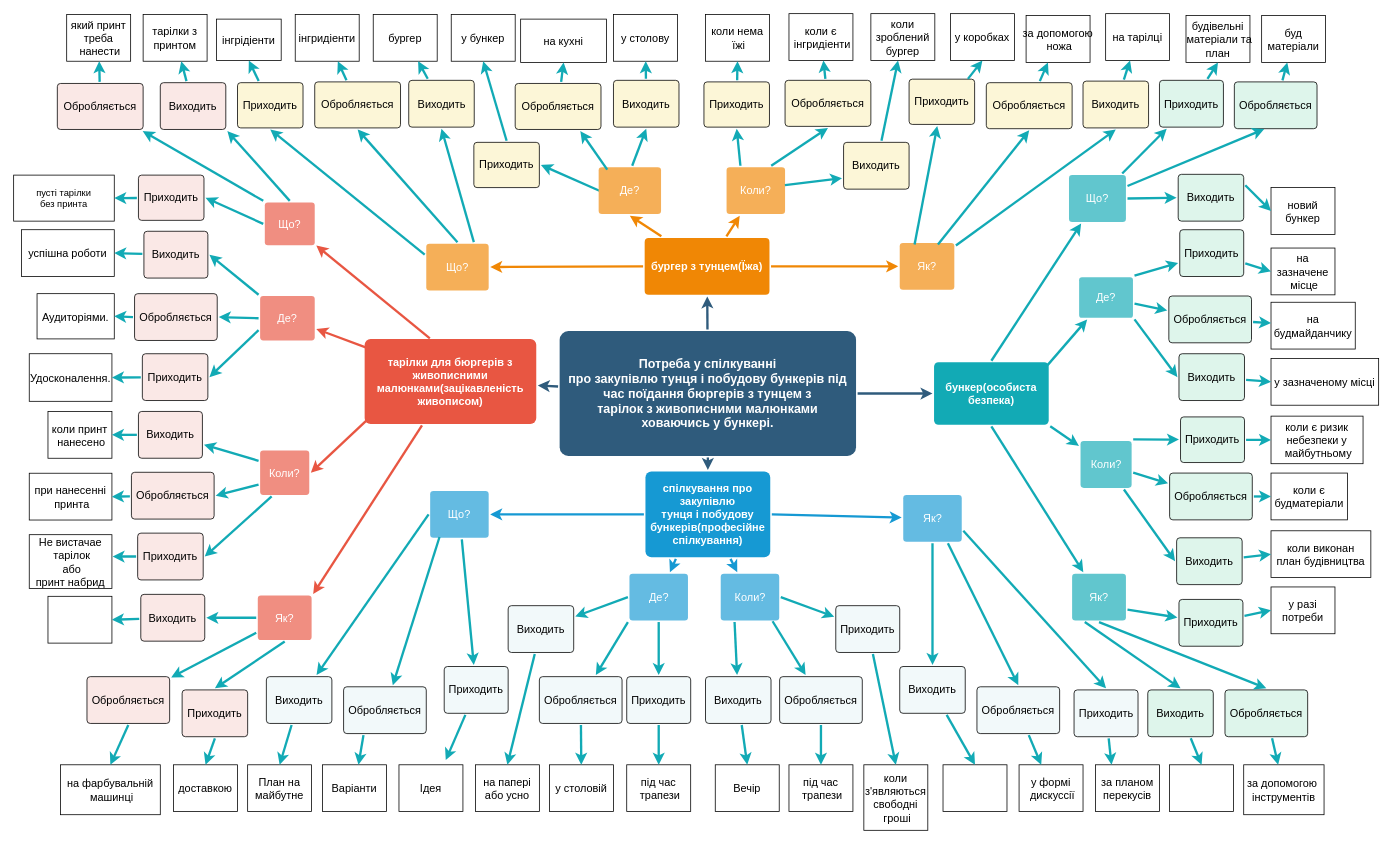
Above: 1-SoftwareRequirements/1.1-DeterminingConsumerNeeds/1.1.2-MaterialNeedsDetails/MindMap.drawio in oleksandrblazhko/ai-214-gavrilyuk (draw.io), before the change. Source tidied: cells renumbered, new cells numbered last; positions are measured from the earlier drawing's top-left corner, leaving out a move shared by most shapes. Both pictures are drawn from the tidied source at 78%, with x=0, y=0 at pixel (13, 13).
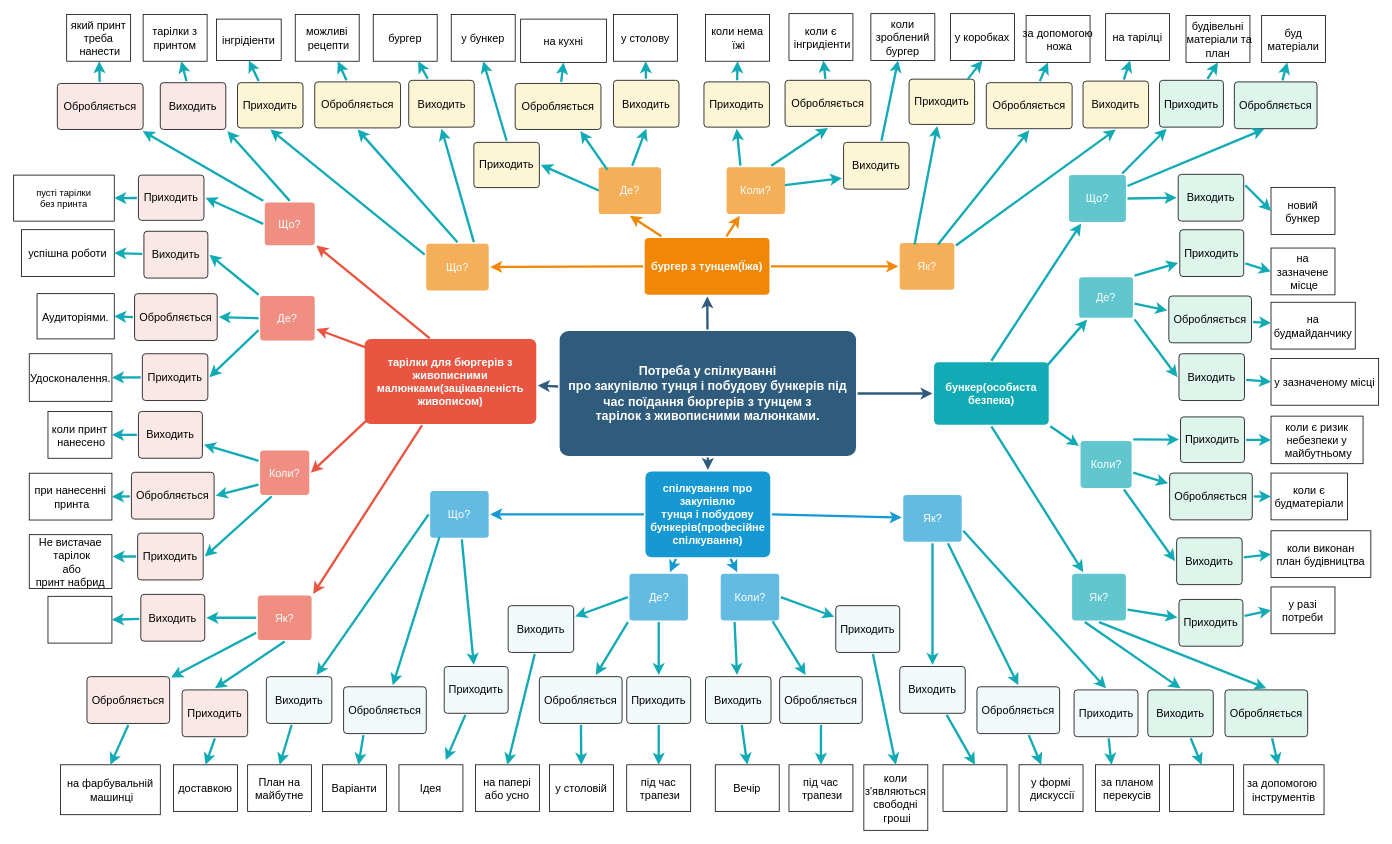
The same page after the edit.

Change to the diagram source:
```diff
@@
-    <mxCell id="6" value="&lt;p class=&quot;MsoNormal&quot;&gt;Потреба у спілкуванні&lt;br/&gt;про закупівлю тунця і побудову бункерів під час поїдання бюргерів з тунцем з&lt;br/&gt;тарілок з живописними малюнками ховаючись у бункері.&lt;/p&gt;" style="rounded=1;whiteSpace=wrap;html=1;shadow=0;labelBackgroundColor=none;strokeColor=none;strokeWidth=3;fillColor=#2F5B7C;fontFamily=Helvetica;fontSize=16;fontColor=#FFFFFF;align=center;fontStyle=1;spacing=5;arcSize=7;perimeterSpacing=2;" parent="1" vertex="1">
+    <mxCell id="6" value="&lt;p class=&quot;MsoNormal&quot;&gt;Потреба у спілкуванні&lt;br&gt;про закупівлю тунця і побудову бункерів під час поїдання бюргерів з тунцем з&lt;br&gt;тарілок з живописними малюнками.&lt;/p&gt;" style="rounded=1;whiteSpace=wrap;html=1;shadow=0;labelBackgroundColor=none;strokeColor=none;strokeWidth=3;fillColor=#2F5B7C;fontFamily=Helvetica;fontSize=16;fontColor=#FFFFFF;align=center;fontStyle=1;spacing=5;arcSize=7;perimeterSpacing=2;" parent="1" vertex="1">
       <mxGeometry x="700" y="407" width="380" height="160" as="geometry" />
     </mxCell>
@@
-    <mxCell id="192" value="інгридіенти" style="fontFamily=Helvetica;fontSize=14;" parent="1" vertex="1">
+    <mxCell id="192" value="можливі&#10; рецепти" style="fontFamily=Helvetica;fontSize=14;" parent="1" vertex="1">
       <mxGeometry x="361" y="1" width="82" height="60" as="geometry" />
     </mxCell>
```
